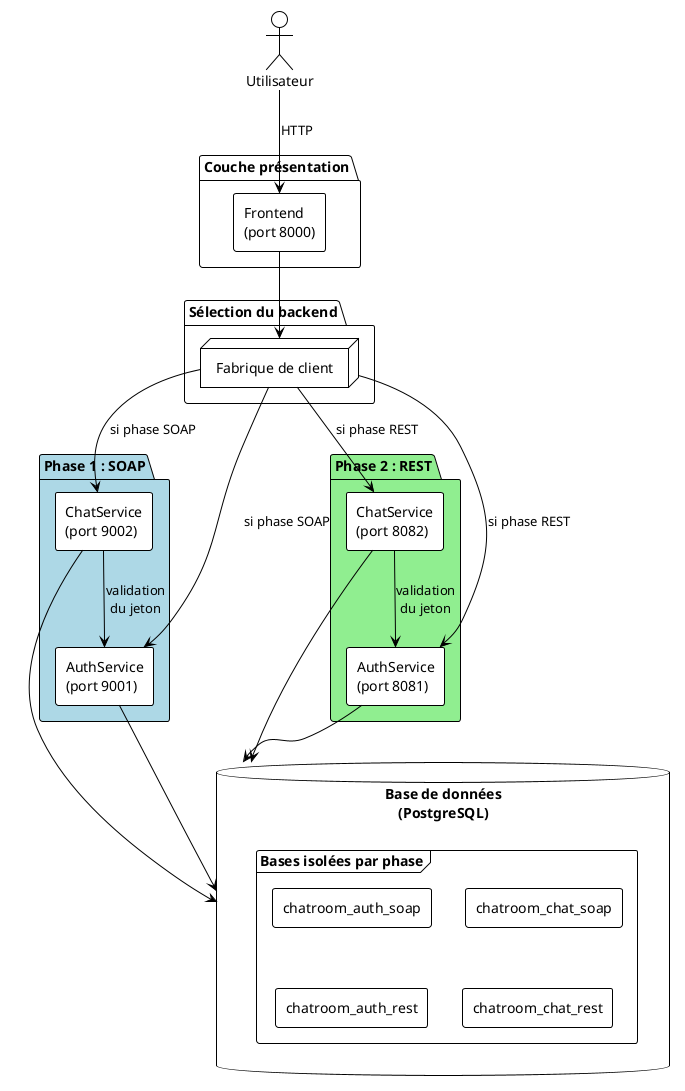
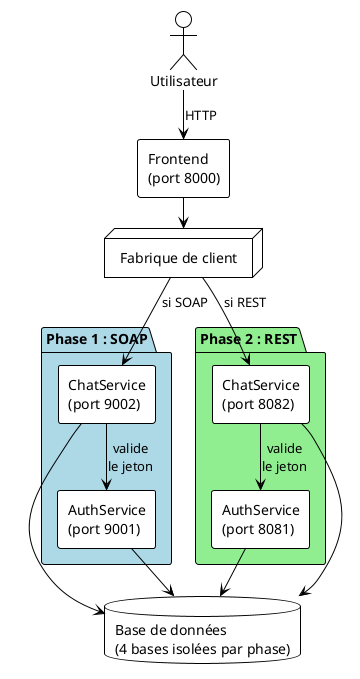
@startuml architecture-globale-simple
!theme plain
skinparam backgroundColor #FFFFFF
skinparam componentStyle rectangle
skinparam defaultFontName "Helvetica"
+ skinparam ranksep 30
+ skinparam nodesep 25

actor "Utilisateur" as user

- package "Couche présentation" {
-   [Frontend\n(port 8000)] as frontend
- }
+ [Frontend\n(port 8000)] as frontend

- package "Sélection du backend" {
-   node "Fabrique de client" as factory
- }
+ node "Fabrique de client" as factory

package "Phase 1 : SOAP" #LightBlue {
+   [ChatService\n(port 9002)] as chatSoap
  [AuthService\n(port 9001)] as authSoap
-   [ChatService\n(port 9002)] as chatSoap
+   chatSoap -[hidden]r- authSoap
}

package "Phase 2 : REST" #LightGreen {
+   [ChatService\n(port 8082)] as chatRest
  [AuthService\n(port 8081)] as authRest
-   [ChatService\n(port 8082)] as chatRest
+   chatRest -[hidden]r- authRest
}

- database "Base de données\n(PostgreSQL)" as pg {
-   frame "Bases isolées par phase" {
-     [chatroom_auth_soap]
-     [chatroom_chat_soap]
-     [chatroom_auth_rest]
-     [chatroom_chat_rest]
-   }
- }
+ database "Base de données\n(4 bases isolées par phase)" as pg

user --> frontend : HTTP
frontend --> factory
- factory --> authSoap : si phase SOAP
- factory --> chatSoap : si phase SOAP
- factory --> authRest : si phase REST
- factory --> chatRest : si phase REST
+ factory --> chatSoap : si SOAP
+ factory --> chatRest : si REST

- chatSoap --> authSoap : validation\ndu jeton
- chatRest --> authRest : validation\ndu jeton
+ chatSoap --> authSoap : valide\nle jeton
+ chatRest --> authRest : valide\nle jeton

authSoap --> pg
chatSoap --> pg
authRest --> pg
chatRest --> pg

@enduml
